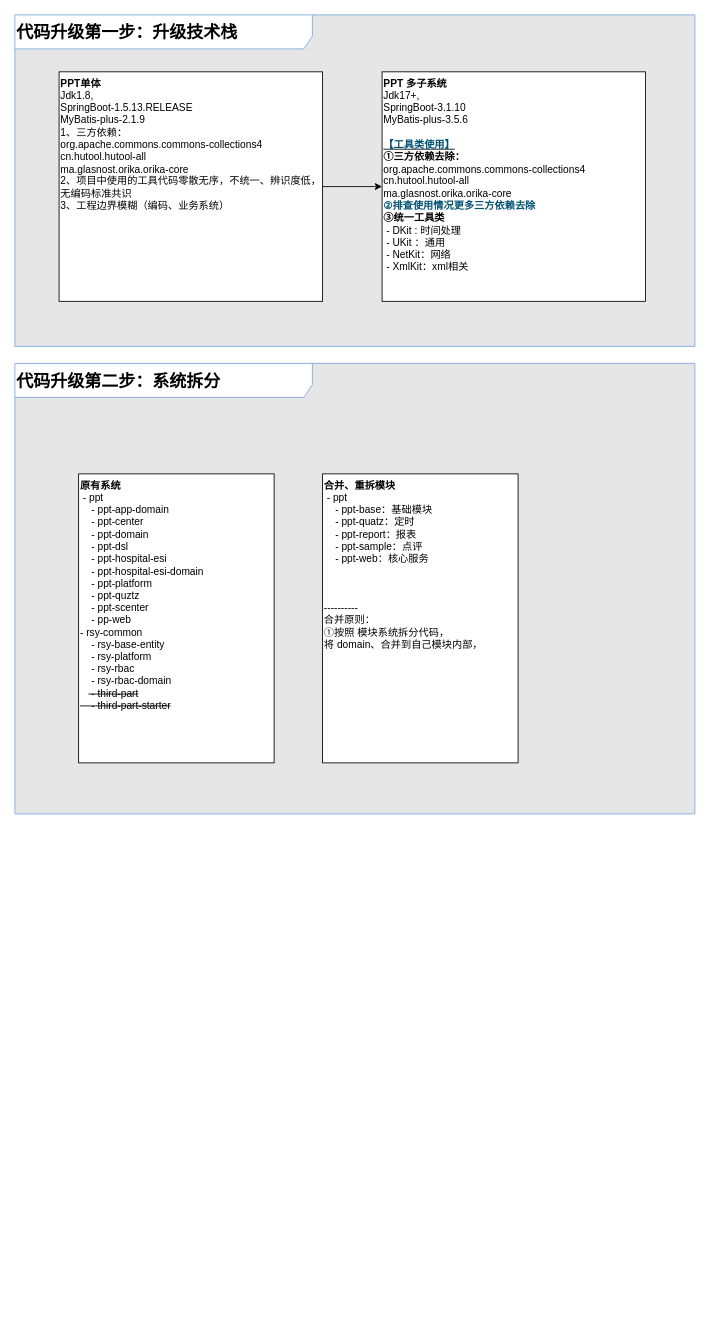
This is page "第 4 页" (4 of 5) of 未命名绘图.drawio from tc608/dfile, a draw.io file, before an edit. Source tidied: cells renumbered, new cells numbered last; positions are measured from the earlier drawing's top-left corner, leaving out a move shared by most shapes. Both pictures are drawn from the tidied source at 85%, with x=0, y=0 at pixel (14, 14).
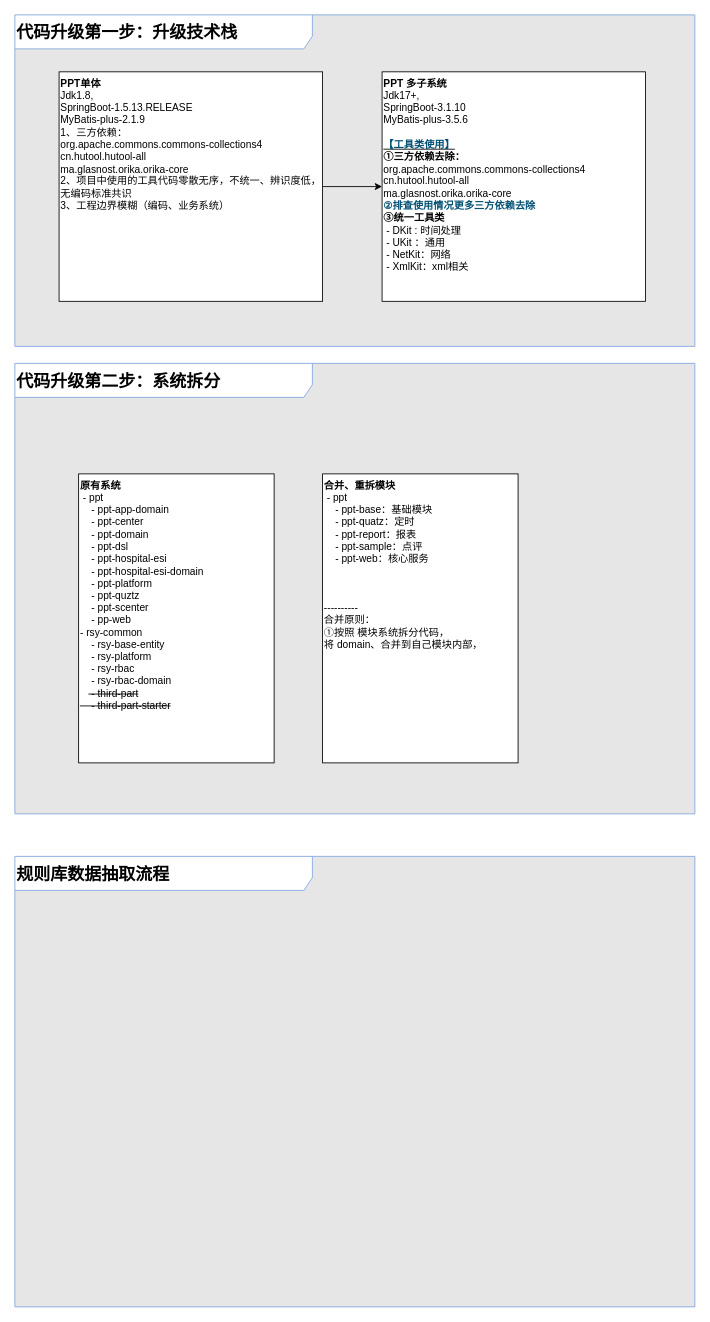
After the change.

What changed in the source:
```diff
@@
 <mxGraphModel>
   <root>
     <mxCell id="0" />
     <mxCell id="1" parent="0" />
     <mxCell id="2" value="&lt;div style=&quot;&quot;&gt;&lt;span style=&quot;background-color: initial; font-size: 20px;&quot;&gt;&lt;b&gt;代码升级第一步：升级技术栈&lt;/b&gt;&lt;/span&gt;&lt;/div&gt;" style="shape=umlFrame;whiteSpace=wrap;html=1;swimlaneFillColor=#E6E6E6;width=350;height=40;strokeColor=#7EA6E0;align=left;" parent="1" vertex="1">
       <mxGeometry width="800" height="390" as="geometry" />
     </mxCell>
     <mxCell id="3" style="edgeStyle=orthogonalEdgeStyle;rounded=0;orthogonalLoop=1;jettySize=auto;html=1;exitX=1;exitY=0.5;exitDx=0;exitDy=0;" parent="1" edge="1">
       <mxGeometry relative="1" as="geometry">
         <mxPoint x="410" y="161" as="targetPoint" />
       </mxGeometry>
     </mxCell>
     <mxCell id="4" style="edgeStyle=orthogonalEdgeStyle;rounded=0;jettySize=auto;html=1;exitX=1;exitY=0.5;exitDx=0;exitDy=0;" parent="1" edge="1" source="5" target="6">
       <mxGeometry relative="1" as="geometry" />
     </mxCell>
     <mxCell id="5" value="&lt;span style=&quot;&quot;&gt;&lt;b&gt;PPT单体&lt;/b&gt;&lt;/span&gt;&lt;br style=&quot;padding: 0px; margin: 0px;&quot;&gt;&lt;span style=&quot;&quot;&gt;Jdk1.8,&amp;nbsp;&lt;/span&gt;&lt;br style=&quot;padding: 0px; margin: 0px;&quot;&gt;&lt;span style=&quot;&quot;&gt;SpringBoot-1.5.13.RELEASE&lt;/span&gt;&lt;br style=&quot;padding: 0px; margin: 0px;&quot;&gt;&lt;span style=&quot;&quot;&gt;MyBatis-plus-2.1.9&lt;/span&gt;&lt;br style=&quot;padding: 0px; margin: 0px;&quot;&gt;&lt;span style=&quot;&quot;&gt;1、三方依赖：&lt;/span&gt;&lt;br style=&quot;padding: 0px; margin: 0px;&quot;&gt;&lt;span style=&quot;&quot;&gt;org.apache.commons.commons-collections4&lt;/span&gt;&lt;br style=&quot;padding: 0px; margin: 0px;&quot;&gt;&lt;span style=&quot;&quot;&gt;cn.hutool.hutool-all&lt;/span&gt;&lt;br style=&quot;padding: 0px; margin: 0px;&quot;&gt;&lt;span style=&quot;&quot;&gt;ma.glasnost.orika.orika-core&lt;/span&gt;&lt;div&gt;2、项目中使用的工具代码零散无序，不统一、辨识度低，&lt;br&gt;&lt;/div&gt;&lt;div&gt;无编码标准共识&lt;br&gt;3、工程边界模糊（编码、业务系统）&lt;br&gt;&lt;/div&gt;" style="rounded=0;whiteSpace=wrap;html=1;align=left;verticalAlign=top;" parent="1" vertex="1">
       <mxGeometry x="52" y="67" width="310" height="270" as="geometry" />
     </mxCell>
     <mxCell id="6" value="&lt;b&gt;PPT 多子系统&lt;/b&gt;&lt;br style=&quot;padding: 0px; margin: 0px;&quot;&gt;Jdk17+,&amp;nbsp;&lt;br style=&quot;padding: 0px; margin: 0px;&quot;&gt;SpringBoot-3.1.10&lt;br style=&quot;padding: 0px; margin: 0px;&quot;&gt;MyBatis-plus-3.5.6&lt;div&gt;&lt;div&gt;&lt;b&gt;&lt;u&gt;&lt;font color=&quot;#005073&quot;&gt;&lt;br&gt;&lt;/font&gt;&lt;/u&gt;&lt;/b&gt;&lt;/div&gt;&lt;div&gt;&lt;b&gt;&lt;u&gt;&lt;font color=&quot;#005073&quot;&gt;【工具类使用】&lt;/font&gt;&lt;/u&gt;&lt;/b&gt;&lt;/div&gt;&lt;div&gt;&lt;b&gt;①三方依赖去除：&lt;/b&gt;&lt;br style=&quot;padding: 0px; margin: 0px;&quot;&gt;org.apache.commons.commons-collections4&lt;br style=&quot;padding: 0px; margin: 0px;&quot;&gt;cn.hutool.hutool-all&lt;br style=&quot;padding: 0px; margin: 0px;&quot;&gt;ma.glasnost.orika.orika-core&lt;br&gt;&lt;font color=&quot;#005073&quot;&gt;&lt;b style=&quot;&quot;&gt;②排查使用情况更多三方依赖去除&lt;/b&gt;&lt;/font&gt;&lt;br&gt;&lt;b&gt;③统一工具类&lt;/b&gt;&lt;div&gt;&amp;nbsp;- DKit : 时间处理&lt;br&gt;&amp;nbsp;- UKit ：通用&lt;br&gt;&amp;nbsp;- NetKit：网络&lt;br&gt;&amp;nbsp;- XmlKit：xml相关&lt;br&gt;&lt;/div&gt;&lt;/div&gt;&lt;/div&gt;" style="rounded=0;whiteSpace=wrap;html=1;align=left;verticalAlign=top;" parent="1" vertex="1">
       <mxGeometry x="432" y="67" width="310" height="270" as="geometry" />
     </mxCell>
     <mxCell id="7" value="&lt;div style=&quot;&quot;&gt;&lt;span style=&quot;background-color: initial; font-size: 20px;&quot;&gt;&lt;b&gt;代码升级第二步：系统拆分&lt;/b&gt;&lt;/span&gt;&lt;/div&gt;" style="shape=umlFrame;whiteSpace=wrap;html=1;swimlaneFillColor=#E6E6E6;width=350;height=40;strokeColor=#7EA6E0;align=left;" parent="1" vertex="1">
       <mxGeometry y="410" width="800" height="530" as="geometry" />
     </mxCell>
     <mxCell id="8" value="合并、重拆模块&lt;div&gt;&lt;div&gt;&lt;span style=&quot;font-weight: normal;&quot;&gt;&amp;nbsp;- ppt&lt;/span&gt;&lt;/div&gt;&lt;span style=&quot;background-color: initial; font-weight: normal;&quot;&gt;&amp;nbsp; &amp;nbsp; - ppt-base：基础模块&lt;/span&gt;&lt;br&gt;&lt;/div&gt;&lt;div&gt;&lt;span style=&quot;background-color: initial; font-weight: normal;&quot;&gt;&amp;nbsp; &amp;nbsp; - ppt-quatz：定时&lt;br&gt;&lt;/span&gt;&lt;span style=&quot;font-weight: 400;&quot;&gt;&amp;nbsp; &amp;nbsp; - ppt-report：报表&lt;/span&gt;&lt;br&gt;&lt;span style=&quot;background-color: initial; font-weight: normal;&quot;&gt;&amp;nbsp; &amp;nbsp; - ppt-sample：点评&lt;/span&gt;&lt;br&gt;&lt;div&gt;&lt;span style=&quot;font-weight: normal;&quot;&gt;&amp;nbsp; &amp;nbsp; - ppt-web：核心服务&lt;br&gt;&lt;br&gt;&lt;br&gt;&lt;br&gt;----------&lt;br&gt;合并原则：&lt;br&gt;①按照 模块系统拆分代码，&lt;br&gt;将 domain、合并到自己模块内部，&amp;nbsp;&lt;/span&gt;&lt;/div&gt;&lt;/div&gt;" style="whiteSpace=wrap;html=1;verticalAlign=top;align=left;fontStyle=1;" parent="1" vertex="1">
       <mxGeometry x="362" y="540" width="230" height="340" as="geometry" />
     </mxCell>
     <mxCell id="9" value="&lt;div&gt;原有系统&lt;br&gt;&lt;span style=&quot;font-weight: normal;&quot;&gt;&amp;nbsp;- ppt&lt;/span&gt;&lt;/div&gt;&lt;span style=&quot;font-weight: normal; background-color: initial;&quot;&gt;&amp;nbsp; &amp;nbsp; - ppt-app-domain&lt;/span&gt;&lt;br&gt;&lt;span style=&quot;font-weight: normal; background-color: initial;&quot;&gt;&amp;nbsp; &amp;nbsp; - ppt-center&lt;/span&gt;&lt;br&gt;&lt;span style=&quot;font-weight: normal; background-color: initial;&quot;&gt;&amp;nbsp; &amp;nbsp; - ppt-domain&lt;/span&gt;&lt;br&gt;&lt;span style=&quot;font-weight: normal; background-color: initial;&quot;&gt;&amp;nbsp; &amp;nbsp; - ppt-dsl&lt;/span&gt;&lt;br&gt;&lt;span style=&quot;font-weight: normal; background-color: initial;&quot;&gt;&amp;nbsp; &amp;nbsp; - ppt-hospital-esi&lt;/span&gt;&lt;br&gt;&lt;span style=&quot;font-weight: normal; background-color: initial;&quot;&gt;&amp;nbsp; &amp;nbsp; - ppt-hospital-esi-domain&lt;/span&gt;&lt;br&gt;&lt;span style=&quot;font-weight: normal; background-color: initial;&quot;&gt;&amp;nbsp; &amp;nbsp; - ppt-platform&lt;/span&gt;&lt;br&gt;&lt;span style=&quot;font-weight: normal; background-color: initial;&quot;&gt;&amp;nbsp; &amp;nbsp; - ppt-quztz&lt;/span&gt;&lt;br&gt;&lt;span style=&quot;font-weight: normal; background-color: initial;&quot;&gt;&amp;nbsp; &amp;nbsp; - ppt-scenter&lt;/span&gt;&lt;br&gt;&lt;div&gt;&lt;span style=&quot;font-weight: normal;&quot;&gt;&amp;nbsp; &amp;nbsp; - pp-web&lt;br&gt;- rsy-common&lt;br&gt;&amp;nbsp; &amp;nbsp; - rsy-base-entity&lt;br&gt;&amp;nbsp; &amp;nbsp; - rsy-platform&lt;br&gt;&amp;nbsp; &amp;nbsp; - rsy-rbac&lt;/span&gt;&lt;/div&gt;&lt;div&gt;&lt;span style=&quot;font-weight: normal;&quot;&gt;&amp;nbsp; &amp;nbsp; - rsy-rbac-domain&lt;br&gt;&amp;nbsp; &amp;nbsp;&lt;strike&gt; - third-part&lt;/strike&gt;&lt;br&gt;&lt;strike&gt;&amp;nbsp; &amp;nbsp; - third-part-starter&lt;/strike&gt;&lt;/span&gt;&lt;/div&gt;" style="whiteSpace=wrap;html=1;verticalAlign=top;align=left;fontStyle=1;" parent="1" vertex="1">
       <mxGeometry x="75" y="540" width="230" height="340" as="geometry" />
     </mxCell>
+    <mxCell id="10" value="&lt;div style=&quot;&quot;&gt;&lt;span style=&quot;font-size: 20px;&quot;&gt;&lt;b&gt;规则库数据抽取流程&lt;/b&gt;&lt;/span&gt;&lt;/div&gt;" style="shape=umlFrame;whiteSpace=wrap;html=1;swimlaneFillColor=#E6E6E6;width=350;height=40;strokeColor=#7EA6E0;align=left;" parent="1" vertex="1">
+      <mxGeometry y="990" width="800" height="530" as="geometry" />
+    </mxCell>
   </root>
 </mxGraphModel>
```
